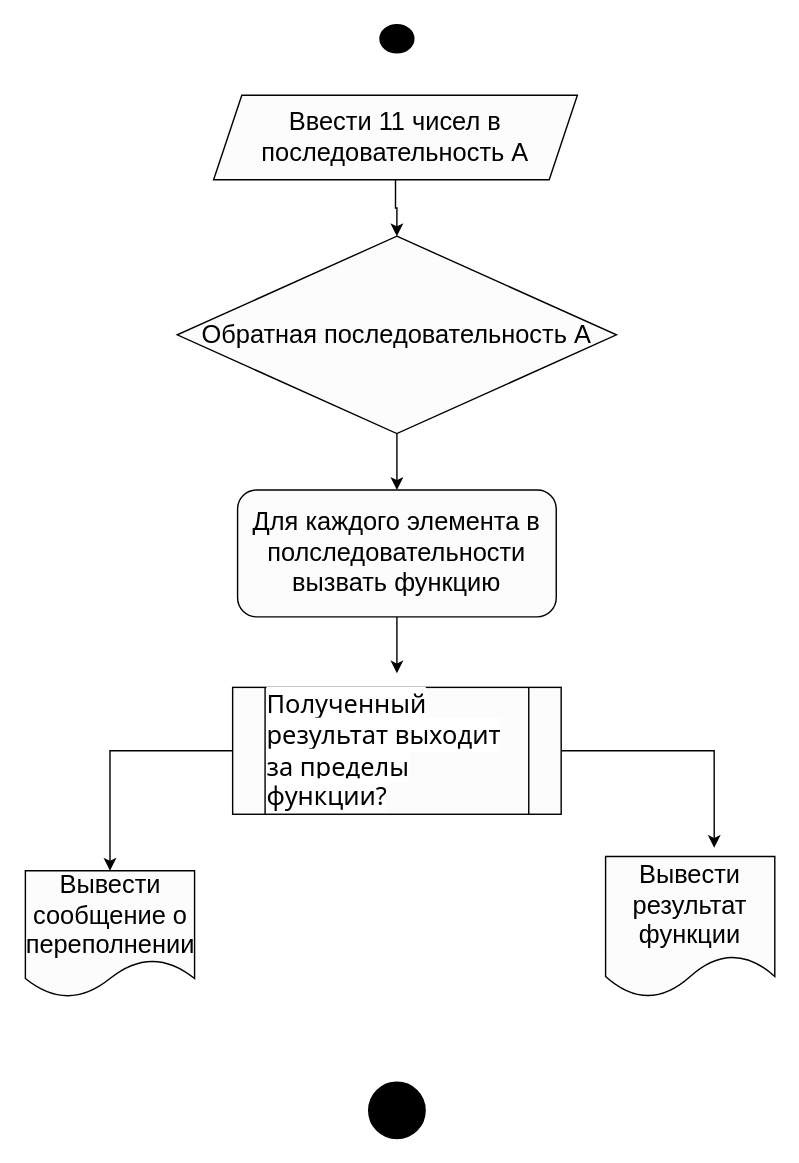
Before: Untitled Diagram.drawio in icerazor1989/GbDZ, a draw.io diagram. Source tidied: cells renumbered, new cells numbered last; positions are measured from the earlier drawing's top-left corner, leaving out a move shared by most shapes. Both pictures are drawn from the tidied source at 141%, with x=0, y=0 at pixel (24, 24).
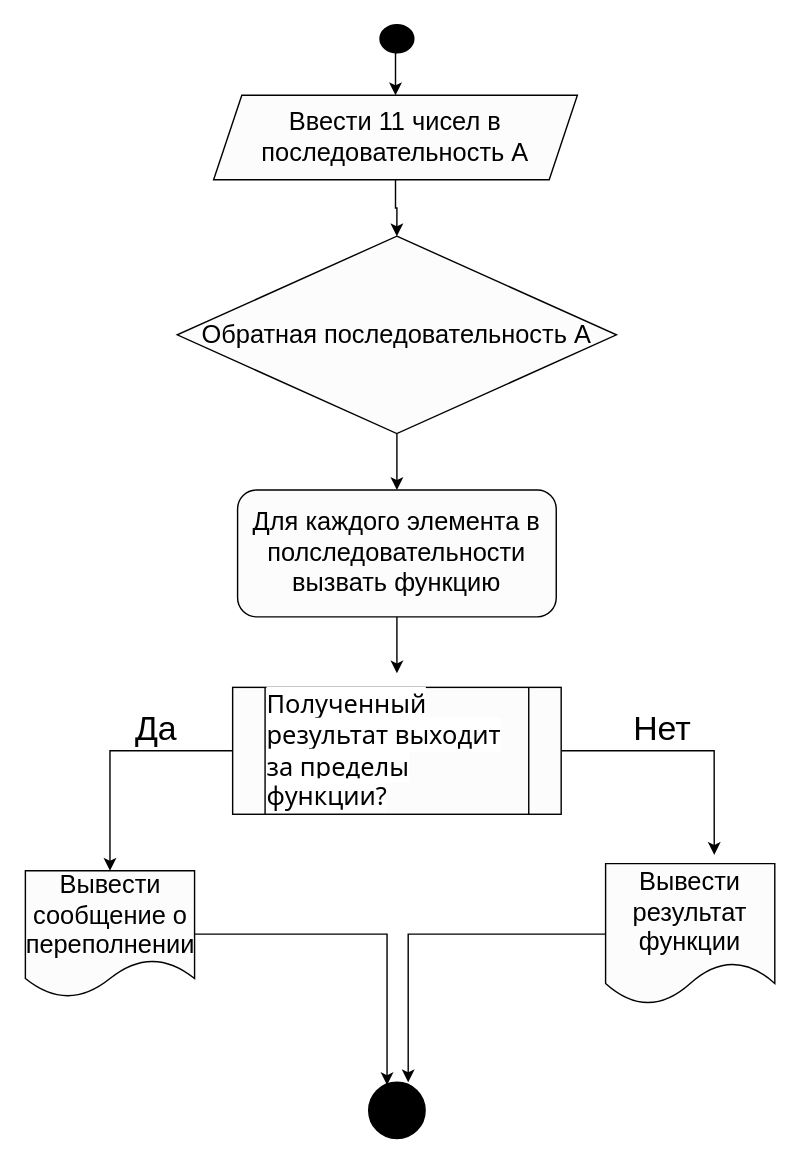
The same diagram, later.

Unchanged cells that the change refers to:
```xml
<mxCell id="2" style="ellipse;whiteSpace=wrap;html=1;fillColor=#000000;" parent="1" vertex="1">
  <mxGeometry x="252" width="24" height="20" as="geometry" />
</mxCell>
<mxCell id="4" value="&lt;span style=&quot;font-size: 18px&quot;&gt;Ввести 11 чисел в последовательность А&lt;/span&gt;" style="shape=parallelogram;perimeter=parallelogramPerimeter;whiteSpace=wrap;html=1;fixedSize=1;fillColor=#FCFCFC;" parent="1" vertex="1">
  <mxGeometry x="134" y="50" width="258" height="60" as="geometry" />
</mxCell>
<mxCell id="13" value="&lt;font style=&quot;font-size: 18px&quot;&gt;Вывести сообщение о переполнении&lt;/font&gt;" style="shape=document;whiteSpace=wrap;html=1;boundedLbl=1;fillColor=#FCFCFC;" parent="1" vertex="1">
  <mxGeometry x="0.5" y="600" width="120" height="90" as="geometry" />
</mxCell>
<mxCell id="15" style="ellipse;whiteSpace=wrap;html=1;fillColor=#000000;" parent="1" vertex="1">
  <mxGeometry x="244" y="750" width="40" height="40" as="geometry" />
</mxCell>
```

Change to the diagram source:
```diff
@@
+    <mxCell id="16" style="edgeStyle=orthogonalEdgeStyle;rounded=0;jettySize=auto;html=1;exitX=0.5;exitY=1;exitDx=0;exitDy=0;entryX=0.5;entryY=0;entryDx=0;entryDy=0;" parent="1" edge="1" source="2" target="4">
+      <mxGeometry relative="1" as="geometry" />
+    </mxCell>
@@
+    <mxCell id="17" style="edgeStyle=orthogonalEdgeStyle;rounded=0;jettySize=auto;html=1;entryX=0.325;entryY=0.05;entryDx=0;entryDy=0;entryPerimeter=0;" parent="1" edge="1" source="13" target="15">
+      <mxGeometry relative="1" as="geometry" />
+    </mxCell>
@@
+    <mxCell id="18" style="edgeStyle=orthogonalEdgeStyle;rounded=0;jettySize=auto;html=1;entryX=0.7;entryY=0;entryDx=0;entryDy=0;entryPerimeter=0;" parent="1" edge="1" source="14" target="15">
+      <mxGeometry relative="1" as="geometry" />
+    </mxCell>
     <mxCell id="14" value="&lt;font style=&quot;font-size: 18px&quot;&gt;Вывести результат&lt;br&gt;функции&lt;br&gt;&lt;/font&gt;" style="shape=document;whiteSpace=wrap;html=1;boundedLbl=1;fillColor=#FCFCFC;" parent="1" vertex="1">
-      <mxGeometry x="412" y="590" width="120" height="100" as="geometry" />
+      <mxGeometry x="412" y="595" width="120" height="100" as="geometry" />
     </mxCell>
@@
+    <mxCell id="19" value="&lt;font style=&quot;font-size: 24px&quot;&gt;Да&lt;/font&gt;" style="text;html=1;align=center;verticalAlign=middle;strokeColor=none;" parent="1" vertex="1">
+      <mxGeometry x="68.2" y="490" width="50" height="20" as="geometry" />
+    </mxCell>
+    <mxCell id="20" value="&lt;font style=&quot;font-size: 24px&quot;&gt;Нет&lt;/font&gt;" style="text;html=1;align=center;verticalAlign=middle;strokeColor=none;" parent="1" vertex="1">
+      <mxGeometry x="422" y="490" width="60" height="20" as="geometry" />
+    </mxCell>
```
